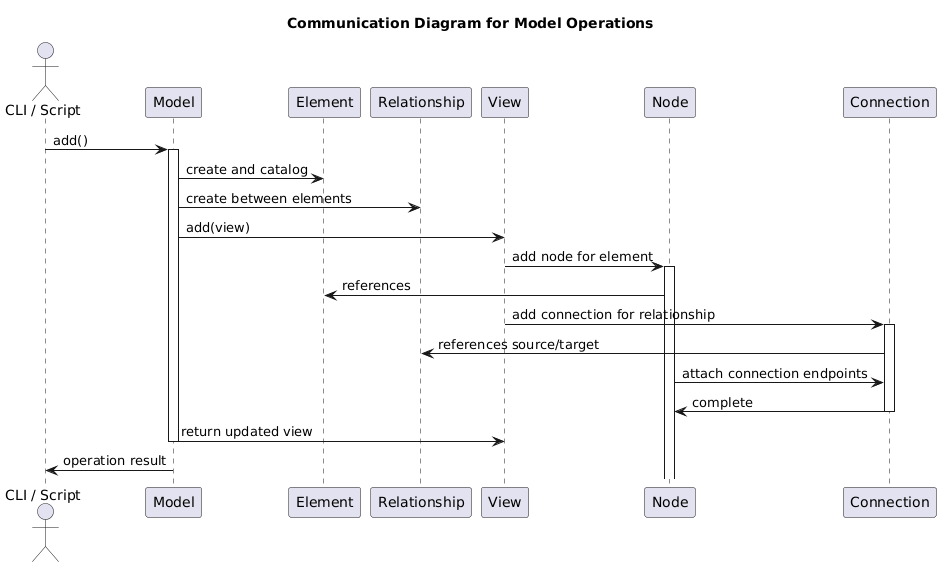
Above: docs/diagrams/communication.png in pyArchimate/pyArchimate (PlantUML), before the change.
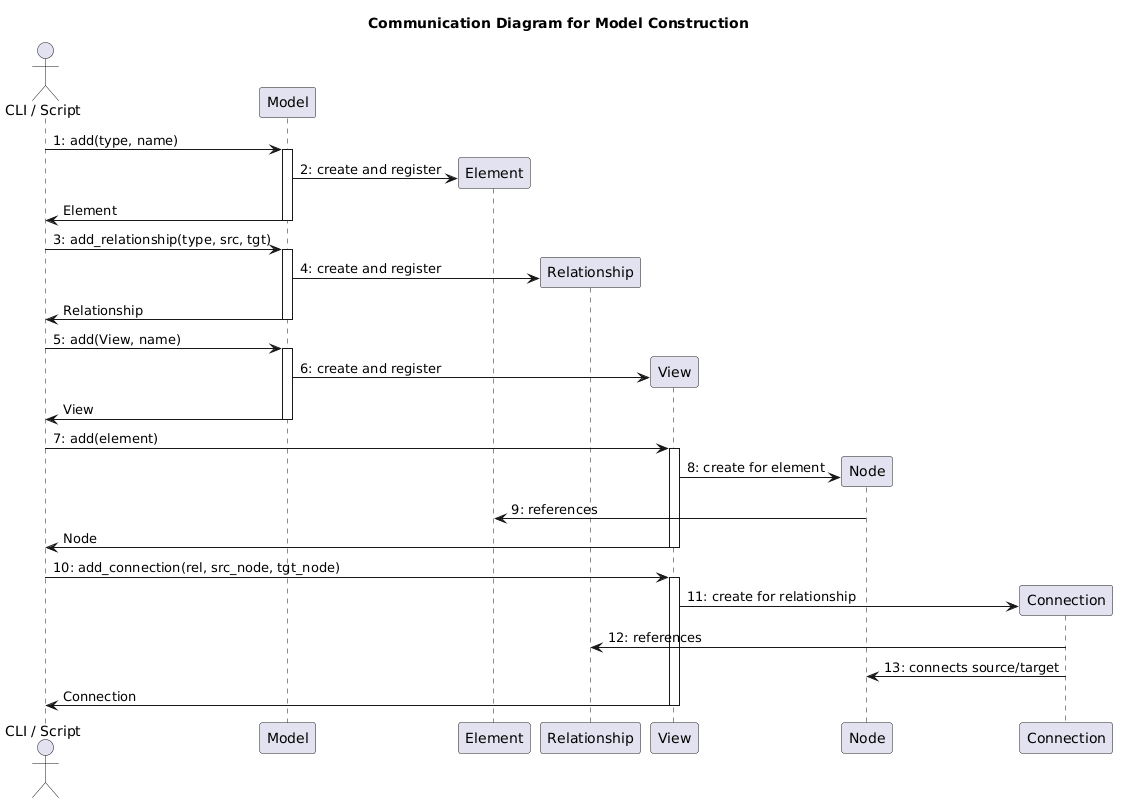
After the change.

Diff of the diagram source:
```diff
@@ -1,5 +1,5 @@
 @startuml
-title Communication Diagram for Model Operations
+title Communication Diagram for Model Construction
 
 actor "CLI / Script" as CLI
 participant "Model" as Model
@@ -9,16 +9,26 @@
 participant "Node" as Node
 participant "Connection" as Connection
 
-CLI -> Model ++ : add()
-Model -> Element : create and catalog
-Model -> Relationship : create between elements
-Model -> View : add(view)
-View -> Node ++ : add node for element
-Node -> Element : references
-View -> Connection ++ : add connection for relationship
-Connection -> Relationship : references source/target
-Node -> Connection : attach connection endpoints
-Connection -> Node -- : complete
-Model -> View -- : return updated view
-Model -> CLI -- : operation result
+CLI -> Model ++ : 1: add(type, name)
+Model -> Element ** : 2: create and register
+Model -> CLI -- : Element
+
+CLI -> Model ++ : 3: add_relationship(type, src, tgt)
+Model -> Relationship ** : 4: create and register
+Model -> CLI -- : Relationship
+
+CLI -> Model ++ : 5: add(View, name)
+Model -> View ** : 6: create and register
+Model -> CLI -- : View
+
+CLI -> View ++ : 7: add(element)
+View -> Node ** : 8: create for element
+Node -> Element : 9: references
+View -> CLI -- : Node
+
+CLI -> View ++ : 10: add_connection(rel, src_node, tgt_node)
+View -> Connection ** : 11: create for relationship
+Connection -> Relationship : 12: references
+Connection -> Node : 13: connects source/target
+View -> CLI -- : Connection
 @enduml
```
